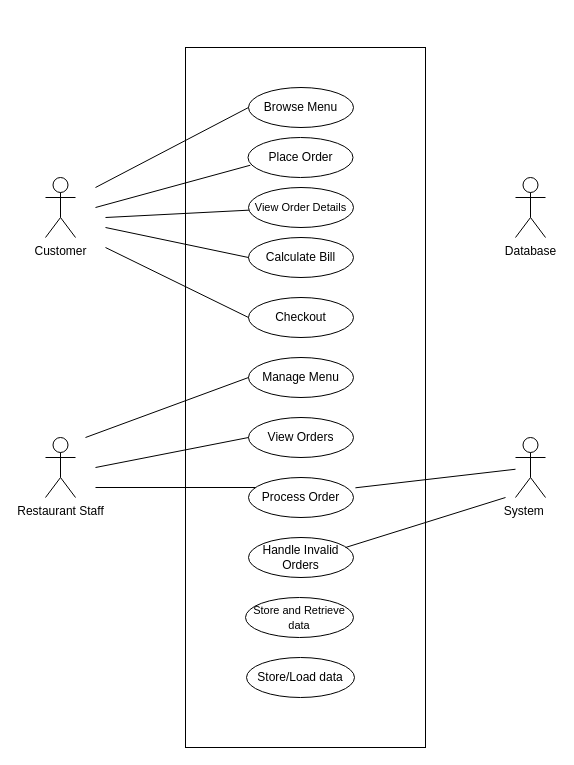
The draw.io diagram UseCase_Restaurant.drawio in sanjaykumardk/drawio, before the edit. Source tidied: cells renumbered, new cells numbered last; positions are measured from the earlier drawing's top-left corner, leaving out a move shared by most shapes. Both pictures are drawn from the tidied source at 100%, with x=0, y=0 at pixel (45, 47).
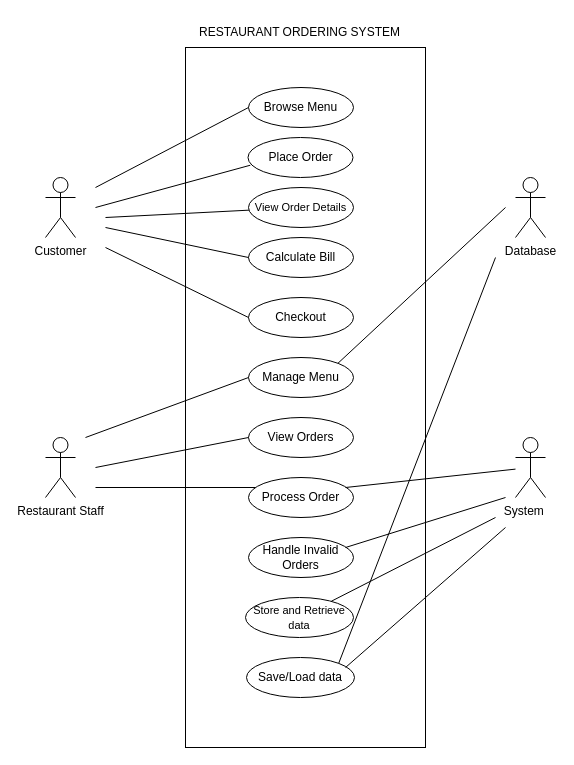
Above is the later version.

The change refers to these unchanged cells:
```xml
<mxCell id="2" style="rounded=0;whiteSpace=wrap;html=1;" parent="1" vertex="1">
  <mxGeometry x="140" width="240" height="700" as="geometry" />
</mxCell>
<mxCell id="6" value="System&lt;span style=&quot;white-space: pre;&quot;&gt;&#9;&lt;/span&gt;" style="shape=umlActor;verticalLabelPosition=bottom;verticalAlign=top;html=1;outlineConnect=0;" parent="1" vertex="1">
  <mxGeometry x="470" y="390" width="30" height="60" as="geometry" />
</mxCell>
<mxCell id="11" value="Manage Menu" style="ellipse;whiteSpace=wrap;html=1;" parent="1" vertex="1">
  <mxGeometry x="203" y="310" width="105" height="40" as="geometry" />
</mxCell>
<mxCell id="13" value="Process Order" style="ellipse;whiteSpace=wrap;html=1;" parent="1" vertex="1">
  <mxGeometry x="203" y="430" width="105" height="40" as="geometry" />
</mxCell>
<mxCell id="16" value="&lt;font style=&quot;font-size: 11px;&quot;&gt;Store and Retrieve data&lt;/font&gt;" style="ellipse;whiteSpace=wrap;html=1;" parent="1" vertex="1">
  <mxGeometry x="200" y="550" width="108" height="40" as="geometry" />
</mxCell>
```

Change to the diagram source:
```diff
@@
-    <mxCell id="17" value="Store/Load data" style="ellipse;whiteSpace=wrap;html=1;" parent="1" vertex="1">
+    <mxCell id="17" value="Save/Load data" style="ellipse;whiteSpace=wrap;html=1;" parent="1" vertex="1">
       <mxGeometry x="201" y="610" width="108" height="40" as="geometry" />
     </mxCell>
@@
-    <mxCell id="26" style="edgeStyle=none;html=1;endArrow=none;verticalAlign=bottom;rounded=0;exitX=0.708;exitY=0.629;exitDx=0;exitDy=0;exitPerimeter=0;" parent="1" edge="1" source="2" target="6">
+    <mxCell id="26" style="edgeStyle=none;html=1;endArrow=none;verticalAlign=bottom;rounded=0;exitX=0.924;exitY=0.25;exitDx=0;exitDy=0;exitPerimeter=0;" parent="1" edge="1" source="13" target="6">
       <mxGeometry relative="1" as="geometry" />
     </mxCell>
@@
+    <mxCell id="28" style="edgeStyle=none;html=1;endArrow=none;verticalAlign=bottom;rounded=0;" parent="1" edge="1" source="16">
+      <mxGeometry relative="1" as="geometry">
+        <mxPoint x="450" y="470" as="targetPoint" />
+      </mxGeometry>
+    </mxCell>
+    <mxCell id="29" style="edgeStyle=none;html=1;endArrow=none;verticalAlign=bottom;rounded=0;exitX=1;exitY=0;exitDx=0;exitDy=0;" parent="1" edge="1" source="11">
+      <mxGeometry relative="1" as="geometry">
+        <mxPoint x="460" y="160" as="targetPoint" />
+      </mxGeometry>
+    </mxCell>
+    <mxCell id="30" style="edgeStyle=none;html=1;endArrow=none;verticalAlign=bottom;rounded=0;" parent="1" edge="1">
+      <mxGeometry relative="1" as="geometry">
+        <mxPoint x="300" y="620" as="sourcePoint" />
+        <mxPoint x="460" y="480" as="targetPoint" />
+      </mxGeometry>
+    </mxCell>
+    <mxCell id="31" style="edgeStyle=none;html=1;endArrow=none;verticalAlign=bottom;rounded=0;exitX=1;exitY=0;exitDx=0;exitDy=0;" parent="1" edge="1" source="17">
+      <mxGeometry relative="1" as="geometry">
+        <mxPoint x="450" y="210" as="targetPoint" />
+      </mxGeometry>
+    </mxCell>
+    <mxCell id="32" value="RESTAURANT ORDERING SYSTEM" style="text;html=1;align=center;verticalAlign=middle;strokeColor=none;fillColor=none;" parent="1" vertex="1">
+      <mxGeometry x="139" y="-30" width="230" height="30" as="geometry" />
+    </mxCell>
```
